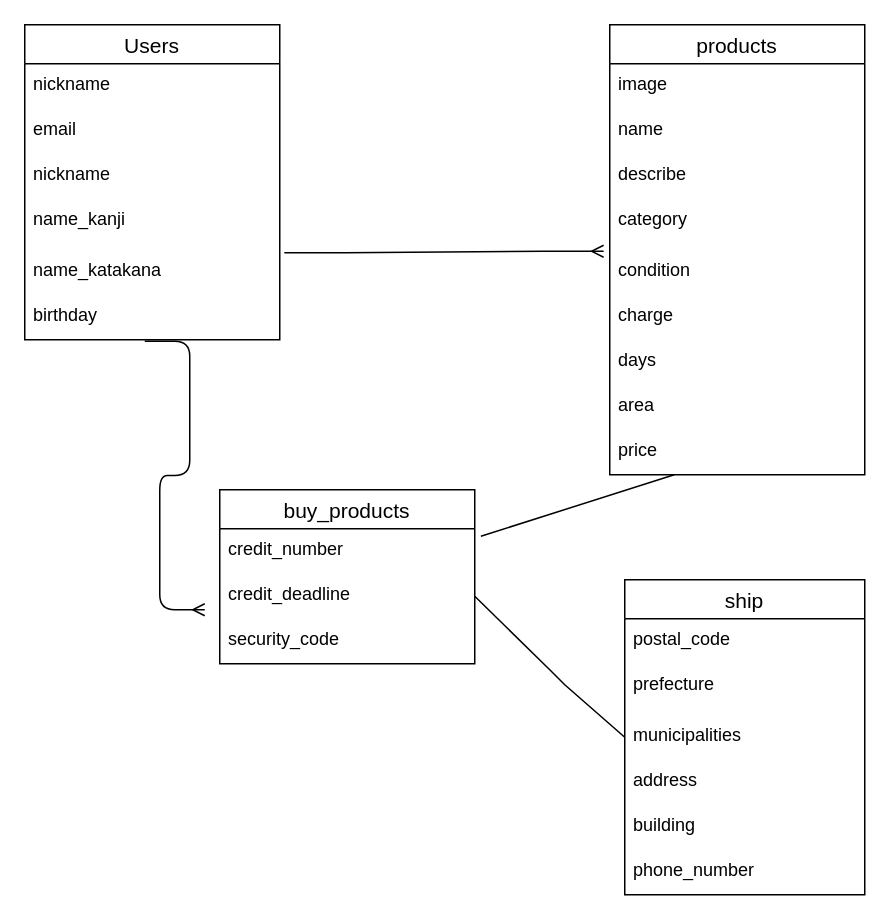
danburudoa/furima-34808 keeps this draw.io diagram as test.dio. Above is the earlier version. Source tidied: cells renumbered, new cells numbered last; positions are measured from the earlier drawing's top-left corner, leaving out a move shared by most shapes. Both pictures are drawn from the tidied source at 150%, with x=0, y=0 at pixel (24, 24).
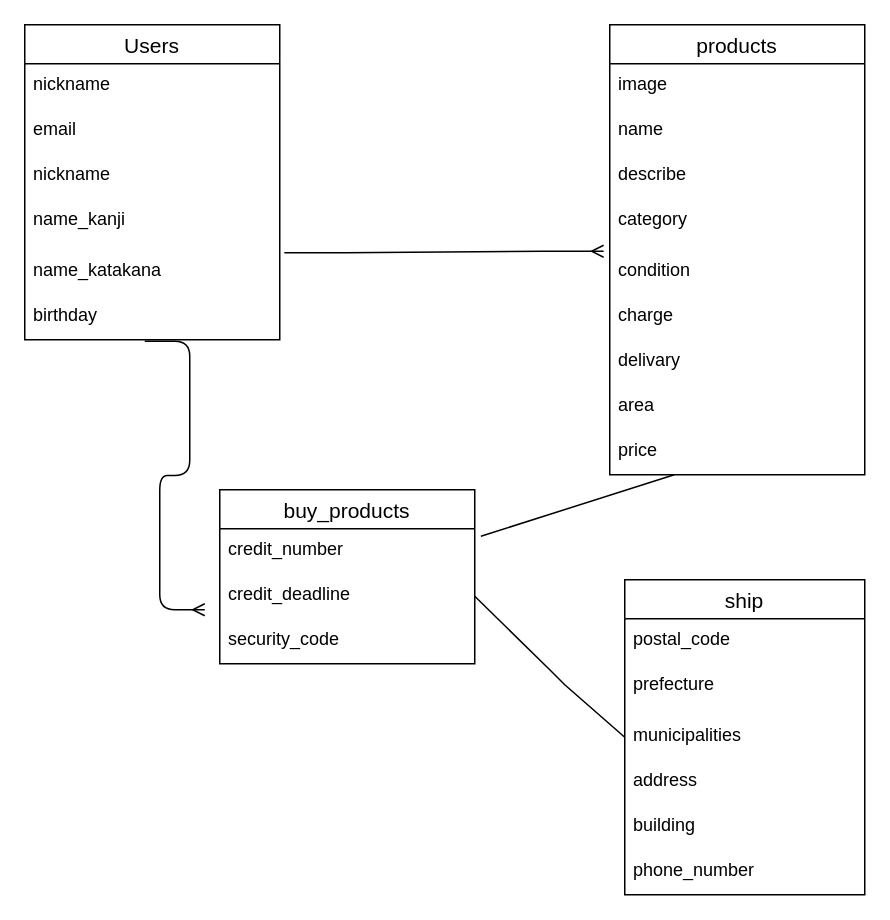
The same diagram, later.

The change refers to these unchanged cells:
```xml
<mxCell id="10" value="products" style="swimlane;fontStyle=0;horizontal=1;startSize=26;align=center;fontSize=14;" parent="1" vertex="1">
  <mxGeometry x="390" width="170" height="300" as="geometry" />
</mxCell>
```

Diff of the diagram source:
```diff
@@
-    <mxCell id="17" value="days" style="text;strokeColor=none;fillColor=none;spacingLeft=4;spacingRight=4;overflow=hidden;fontSize=12;" parent="10" vertex="1">
+    <mxCell id="17" value="delivary" style="text;strokeColor=none;fillColor=none;spacingLeft=4;spacingRight=4;overflow=hidden;fontSize=12;" parent="10" vertex="1">
       <mxGeometry y="210" width="170" height="30" as="geometry" />
     </mxCell>
```
